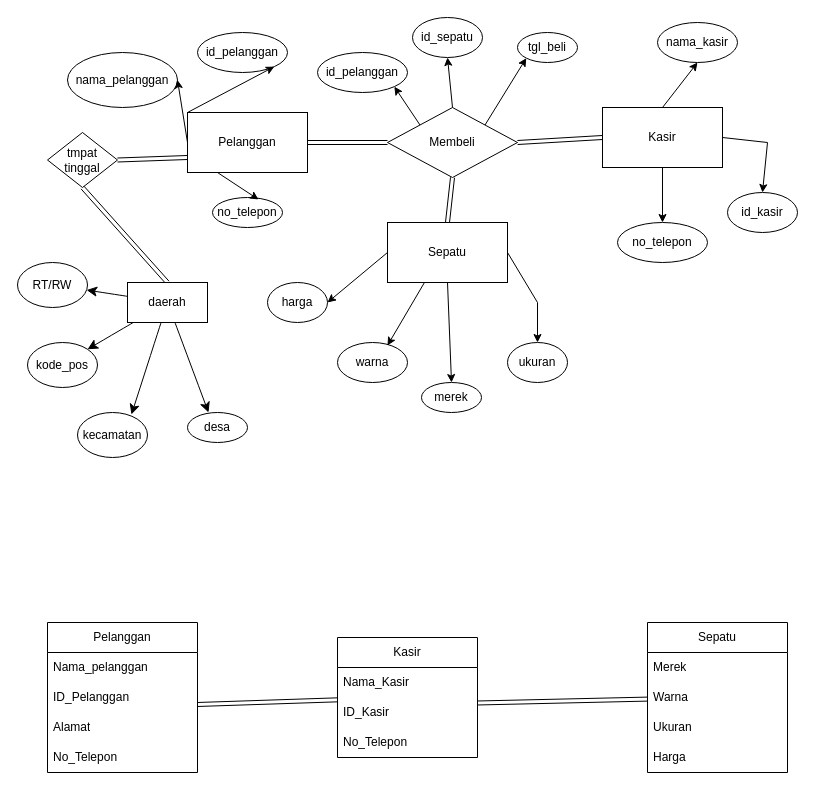
rizalmhmd/Bot-Wa keeps this draw.io diagram as Diagram Tanpa Judul.drawio. Above is the earlier version. Source tidied: cells renumbered, new cells numbered last; positions are measured from the earlier drawing's top-left corner, leaving out a move shared by most shapes. Both pictures are drawn from the tidied source at 100%, with x=0, y=0 at pixel (17, 17).
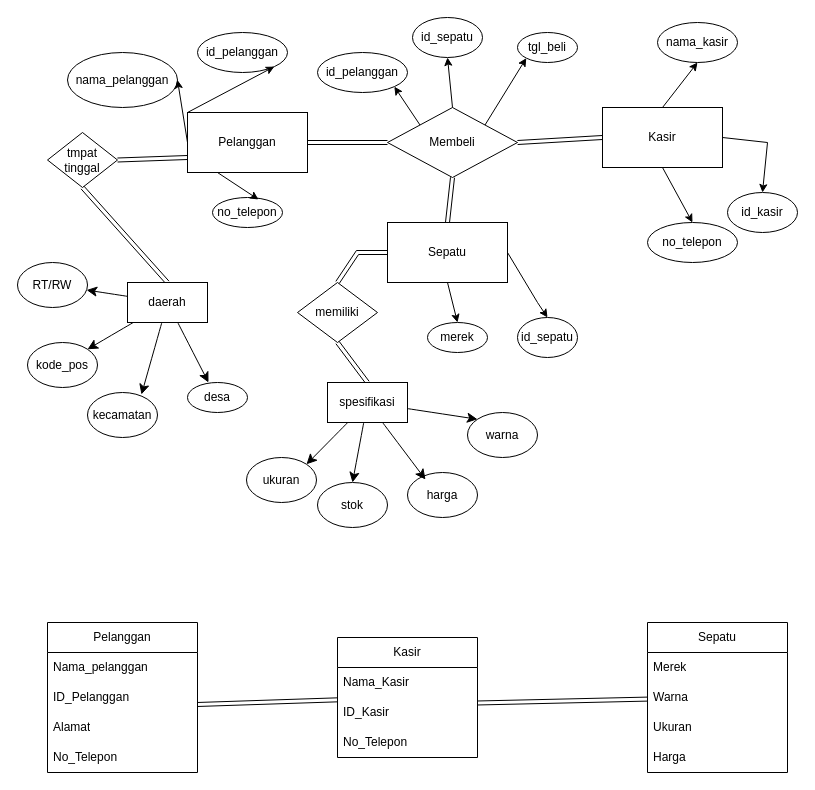
Above is the later version.

The change refers to these unchanged cells:
```xml
<mxCell id="4" value="Sepatu" style="rounded=0;whiteSpace=wrap;html=1;" parent="1" vertex="1">
  <mxGeometry x="370" y="205" width="120" height="60" as="geometry" />
</mxCell>
```

Diff of the diagram source:
```diff
@@
     <mxCell id="23" value="no_telepon" style="ellipse;whiteSpace=wrap;html=1;" parent="1" vertex="1">
-      <mxGeometry x="600" y="205" width="90" height="40" as="geometry" />
+      <mxGeometry x="630" y="205" width="90" height="40" as="geometry" />
     </mxCell>
@@
     <mxCell id="27" value="merek" style="ellipse;whiteSpace=wrap;html=1;" parent="1" vertex="1">
-      <mxGeometry x="404" y="365" width="60" height="30" as="geometry" />
+      <mxGeometry x="410" y="305" width="60" height="30" as="geometry" />
     </mxCell>
@@
-    <mxCell id="29" value="harga" style="ellipse;whiteSpace=wrap;html=1;" parent="1" vertex="1">
-      <mxGeometry x="250" y="265" width="60" height="40" as="geometry" />
-    </mxCell>
-    <mxCell id="30" style="endArrow=classic;html=1;rounded=0;exitX=0;exitY=0.5;exitDx=0;exitDy=0;entryX=1;entryY=0.5;entryDx=0;entryDy=0;" parent="1" edge="1" source="4" target="29">
-      <mxGeometry relative="1" as="geometry" />
-    </mxCell>
-    <mxCell id="31" value="ukuran" style="ellipse;whiteSpace=wrap;html=1;" parent="1" vertex="1">
-      <mxGeometry x="490" y="325" width="60" height="40" as="geometry" />
+    <mxCell id="31" value="id_sepatu" style="ellipse;whiteSpace=wrap;html=1;" parent="1" vertex="1">
+      <mxGeometry x="500" y="300" width="60" height="40" as="geometry" />
     </mxCell>
@@
-    <mxCell id="33" value="warna" style="ellipse;whiteSpace=wrap;html=1;" parent="1" vertex="1">
-      <mxGeometry x="320" y="325" width="70" height="40" as="geometry" />
-    </mxCell>
-    <mxCell id="34" style="endArrow=classic;html=1;rounded=0;entryX=0.714;entryY=0.075;entryDx=0;entryDy=0;entryPerimeter=0;exitX=0.308;exitY=1;exitDx=0;exitDy=0;exitPerimeter=0;" parent="1" edge="1" source="4" target="33">
-      <mxGeometry relative="1" as="geometry" />
-    </mxCell>
@@
     <mxCell id="54" value="desa" style="ellipse;whiteSpace=wrap;html=1;" parent="1" vertex="1">
-      <mxGeometry x="170" y="395" width="60" height="30" as="geometry" />
+      <mxGeometry x="170" y="365" width="60" height="30" as="geometry" />
     </mxCell>
     <mxCell id="55" value="kecamatan" style="ellipse;whiteSpace=wrap;html=1;" parent="1" vertex="1">
-      <mxGeometry x="60" y="395" width="70" height="45" as="geometry" />
+      <mxGeometry x="70" y="375" width="70" height="45" as="geometry" />
     </mxCell>
@@
+    <mxCell id="65" style="shape=link;html=1;rounded=0;fontSize=12;startSize=8;endSize=8;curved=1;entryX=0;entryY=0.5;entryDx=0;entryDy=0;exitX=0.5;exitY=0;exitDx=0;exitDy=0;" parent="1" edge="1" source="68" target="4">
+      <mxGeometry relative="1" as="geometry">
+        <Array as="points">
+          <mxPoint x="340" y="235" />
+        </Array>
+      </mxGeometry>
+    </mxCell>
+    <mxCell id="29" value="harga" style="ellipse;whiteSpace=wrap;html=1;" parent="1" vertex="1">
+      <mxGeometry x="390" y="455" width="70" height="45" as="geometry" />
+    </mxCell>
+    <mxCell id="66" value="ukuran" style="ellipse;whiteSpace=wrap;html=1;" parent="1" vertex="1">
+      <mxGeometry x="229" y="440" width="70" height="45" as="geometry" />
+    </mxCell>
+    <mxCell id="67" value="stok" style="ellipse;whiteSpace=wrap;html=1;" parent="1" vertex="1">
+      <mxGeometry x="300" y="465" width="70" height="45" as="geometry" />
+    </mxCell>
+    <mxCell id="33" value="warna" style="ellipse;whiteSpace=wrap;html=1;" parent="1" vertex="1">
+      <mxGeometry x="450" y="395" width="70" height="45" as="geometry" />
+    </mxCell>
+    <mxCell id="68" value="memiliki" style="rhombus;whiteSpace=wrap;html=1;" parent="1" vertex="1">
+      <mxGeometry x="280" y="265" width="80" height="60" as="geometry" />
+    </mxCell>
+    <mxCell id="69" style="shape=link;html=1;rounded=0;entryX=0.5;entryY=1;entryDx=0;entryDy=0;exitX=0.5;exitY=0;exitDx=0;exitDy=0;" parent="1" edge="1" source="73" target="68">
+      <mxGeometry relative="1" as="geometry" />
+    </mxCell>
+    <mxCell id="70" style="edgeStyle=none;curved=1;rounded=0;jettySize=auto;html=1;fontSize=12;startSize=8;endSize=8;entryX=0;entryY=0;entryDx=0;entryDy=0;" parent="1" edge="1" source="73" target="33">
+      <mxGeometry relative="1" as="geometry" />
+    </mxCell>
+    <mxCell id="71" style="edgeStyle=none;curved=1;rounded=0;jettySize=auto;html=1;entryX=0.5;entryY=0;entryDx=0;entryDy=0;fontSize=12;startSize=8;endSize=8;" parent="1" edge="1" source="73" target="67">
+      <mxGeometry relative="1" as="geometry" />
+    </mxCell>
+    <mxCell id="72" style="edgeStyle=none;curved=1;rounded=0;jettySize=auto;html=1;entryX=1;entryY=0;entryDx=0;entryDy=0;fontSize=12;startSize=8;endSize=8;" parent="1" edge="1" source="73" target="66">
+      <mxGeometry relative="1" as="geometry" />
+    </mxCell>
+    <mxCell id="73" value="spesifikasi" style="rounded=0;whiteSpace=wrap;html=1;" parent="1" vertex="1">
+      <mxGeometry x="310" y="365" width="80" height="40" as="geometry" />
+    </mxCell>
+    <mxCell id="74" style="edgeStyle=none;curved=1;rounded=0;jettySize=auto;html=1;entryX=0.257;entryY=0.156;entryDx=0;entryDy=0;entryPerimeter=0;fontSize=12;startSize=8;endSize=8;" parent="1" edge="1" source="73" target="29">
+      <mxGeometry relative="1" as="geometry" />
+    </mxCell>
```
